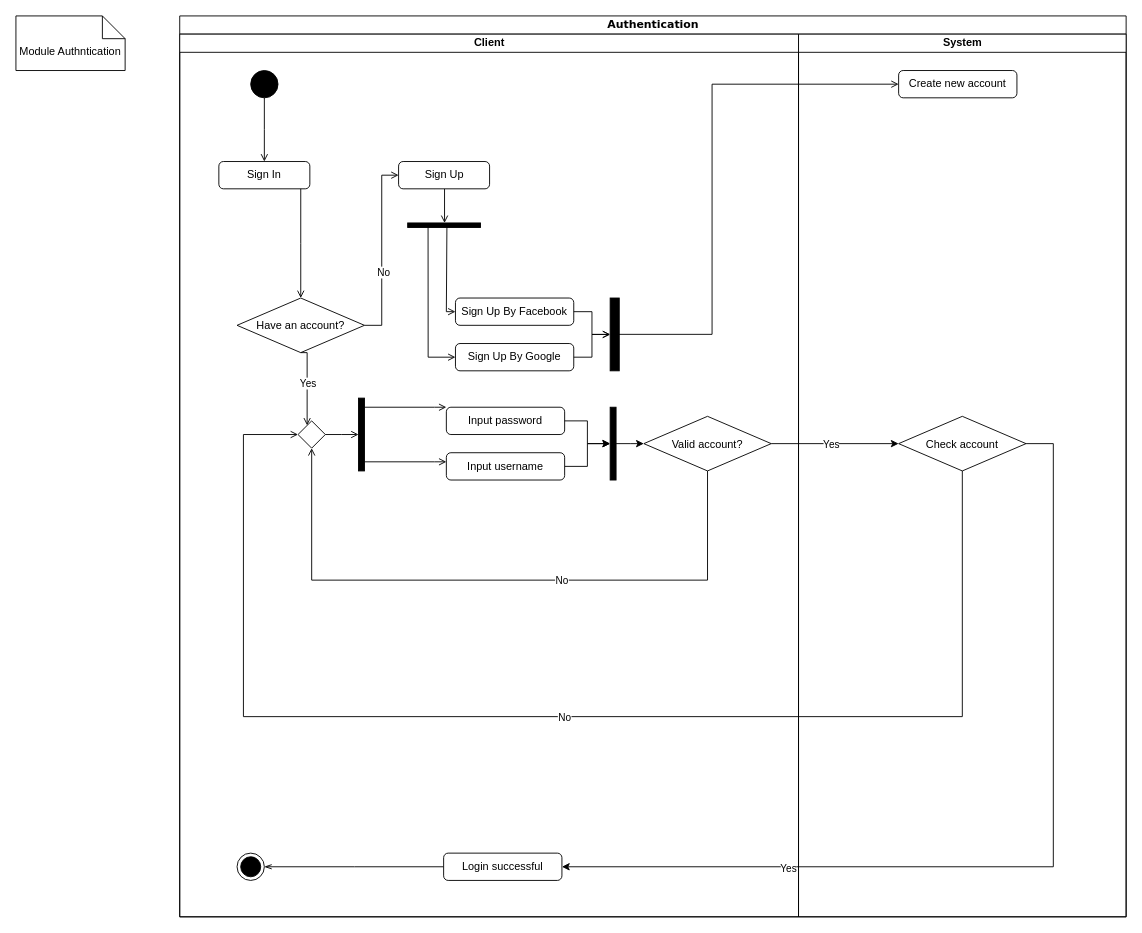
Innovator-Software-Bteam/graviad keeps this draw.io diagram as des/GRVD-ACIVITY_DIAGRAM-V1.0.drawio. Above is the earlier version. Source tidied: cells renumbered, new cells numbered last; positions are measured from the earlier drawing's top-left corner, leaving out a move shared by most shapes. Both pictures are drawn from the tidied source at 91%, with x=0, y=0 at pixel (15, 15).
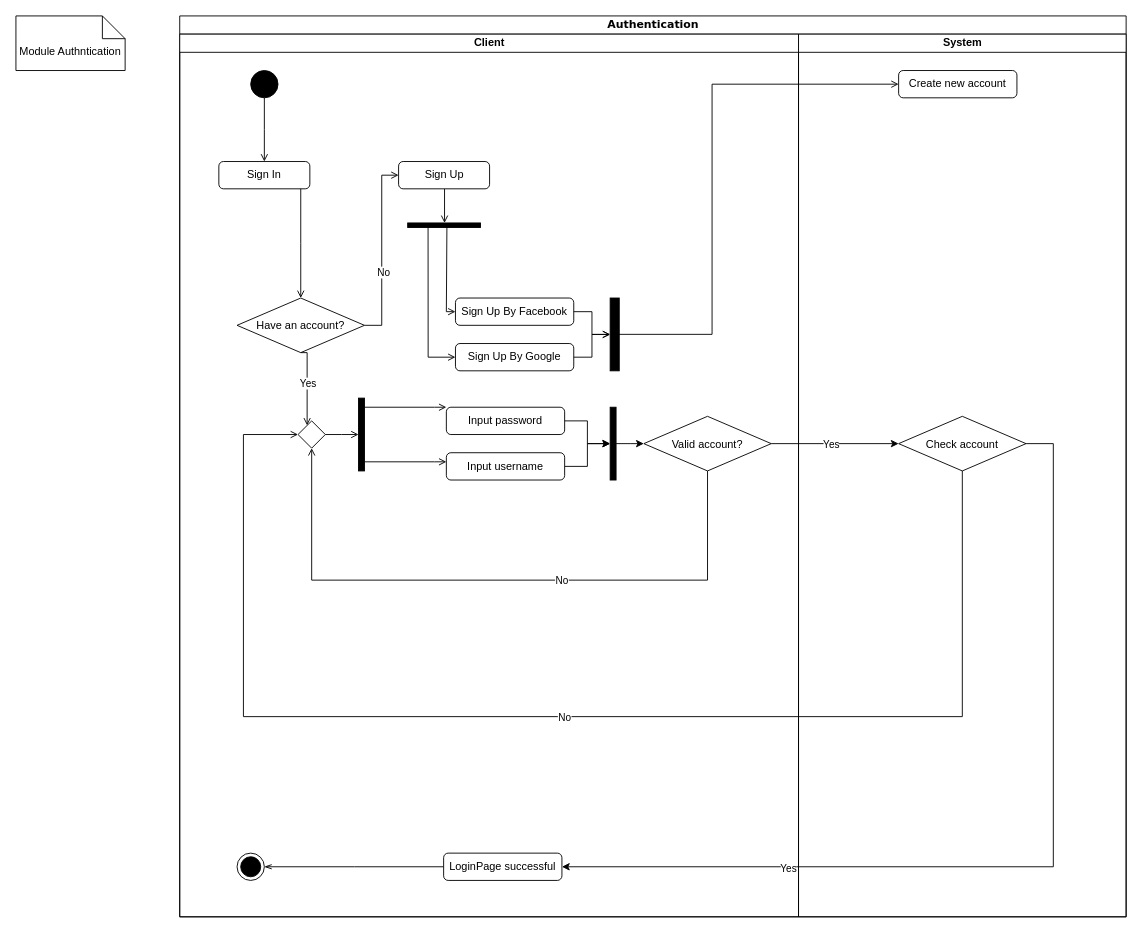
Above is the later version.

The change refers to these unchanged cells:
```xml
<mxCell id="4" value="Client" style="swimlane;html=1;startSize=20;" parent="2" vertex="1">
  <mxGeometry y="20" width="680" height="970" as="geometry" />
</mxCell>
```

The edit, as a diff of the source:
```diff
@@
-    <mxCell id="40" value="Login successful" style="html=1;rounded=1;absoluteArcSize=1;arcSize=10;whiteSpace=wrap;" parent="4" vertex="1">
+    <mxCell id="40" value="LoginPage successful" style="html=1;rounded=1;absoluteArcSize=1;arcSize=10;whiteSpace=wrap;" parent="4" vertex="1">
       <mxGeometry x="290" y="900" width="130" height="30" as="geometry" />
     </mxCell>
```
